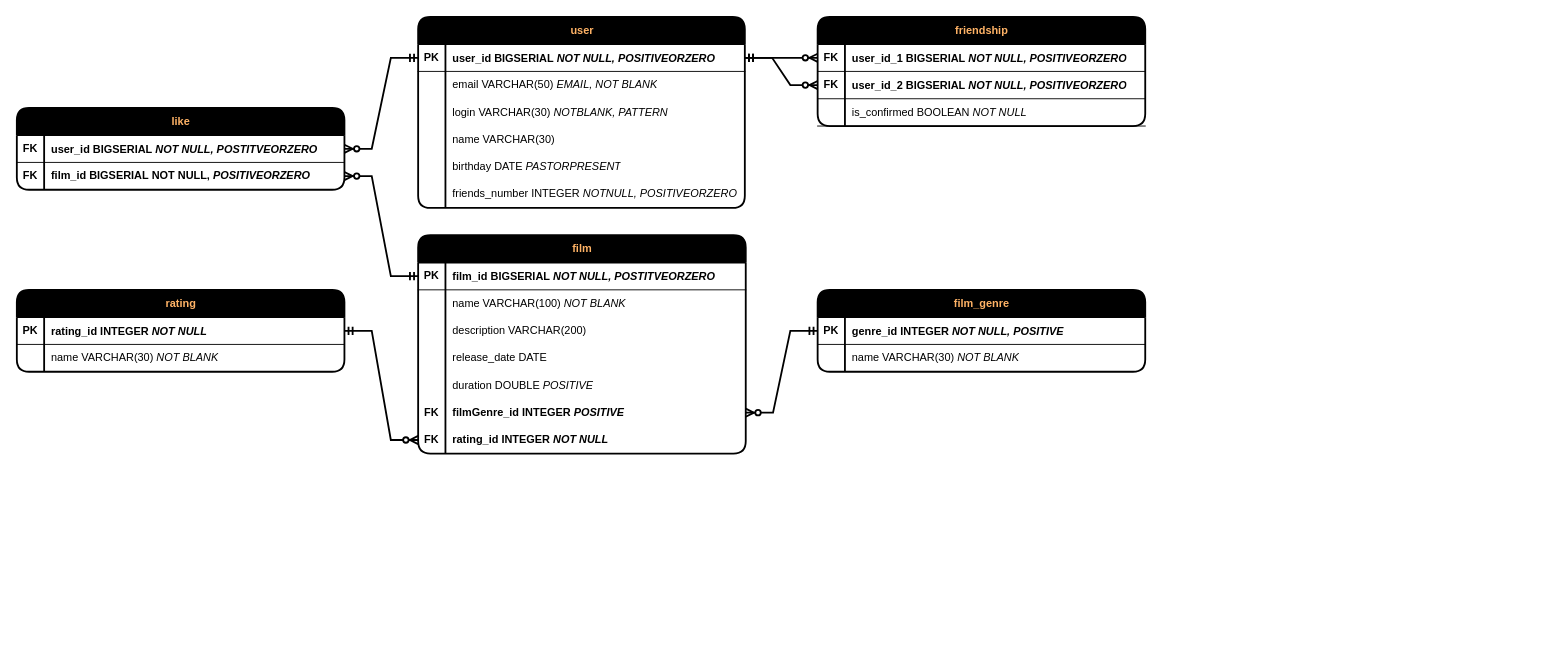
Before: Filmorate Database scheme.drawio in MironovNikita/java-filmorate, a draw.io diagram. Source tidied: cells renumbered, new cells numbered last; positions are measured from the earlier drawing's top-left corner, leaving out a move shared by most shapes. Both pictures are drawn from the tidied source at 91%, with x=0, y=0 at pixel (16, 16).
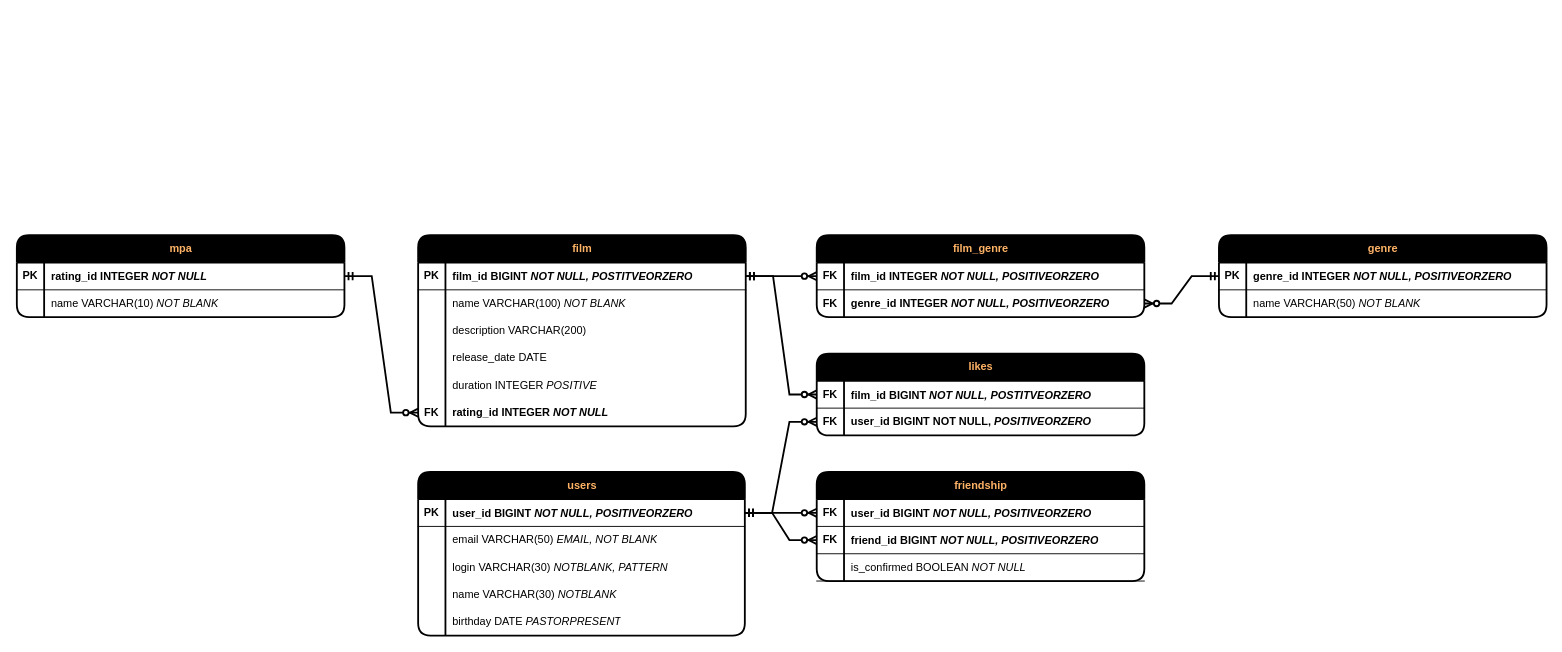
After the change.

Unchanged cells that the change refers to:
```xml
<mxCell id="3" style="shape=tableRow;horizontal=0;startSize=0;swimlaneHead=0;swimlaneBody=0;fillColor=none;points=[[0,0.5],[1,0.5]];portConstraint=eastwest;top=0;left=0;right=0;bottom=1;" parent="2" vertex="1">
  <mxGeometry y="30" width="360" height="30" as="geometry" />
</mxCell>
<mxCell id="15" style="shape=tableRow;horizontal=0;startSize=0;swimlaneHead=0;swimlaneBody=0;fillColor=none;top=0;left=0;right=0;bottom=0;" parent="2" vertex="1">
  <mxGeometry y="150" width="360" height="30" as="geometry" />
</mxCell>
<mxCell id="25" style="shape=tableRow;horizontal=0;startSize=0;swimlaneHead=0;swimlaneBody=0;fillColor=none;points=[[0,0.5],[1,0.5]];portConstraint=eastwest;top=0;left=0;right=0;bottom=1;" parent="24" vertex="1">
  <mxGeometry y="30" width="359" height="30" as="geometry" />
</mxCell>
<mxCell id="34" style="shape=tableRow;horizontal=0;startSize=0;swimlaneHead=0;swimlaneBody=0;fillColor=none;top=0;left=0;right=0;bottom=0;" parent="24" vertex="1">
  <mxGeometry y="120" width="359" height="30" as="geometry" />
</mxCell>
<mxCell id="44" style="shape=tableRow;horizontal=0;startSize=0;swimlaneHead=0;swimlaneBody=0;fillColor=none;points=[[0,0.5],[1,0.5]];portConstraint=eastwest;top=0;left=0;right=0;bottom=1;" parent="43" vertex="1">
  <mxGeometry y="30" width="360" height="30" as="geometry" />
</mxCell>
<mxCell id="47" style="shape=tableRow;horizontal=0;startSize=0;swimlaneHead=0;swimlaneBody=0;fillColor=none;points=[[0,0.5],[1,0.5]];portConstraint=eastwest;top=0;left=0;right=0;bottom=1;" parent="43" vertex="1">
  <mxGeometry y="60" width="360" height="30" as="geometry" />
</mxCell>
<mxCell id="59" style="shape=tableRow;horizontal=0;startSize=0;swimlaneHead=0;swimlaneBody=0;fillColor=none;top=0;left=0;right=0;bottom=0;" parent="55" vertex="1">
  <mxGeometry y="60" width="360" height="30" as="geometry" />
</mxCell>
<mxCell id="64" style="shape=tableRow;horizontal=0;startSize=0;swimlaneHead=0;swimlaneBody=0;fillColor=none;points=[[0,0.5],[1,0.5]];portConstraint=eastwest;top=0;left=0;right=0;bottom=1;" parent="63" vertex="1">
  <mxGeometry y="30" width="360" height="30" as="geometry" />
</mxCell>
<mxCell id="67" style="shape=tableRow;horizontal=0;startSize=0;swimlaneHead=0;swimlaneBody=0;fillColor=none;points=[[0,0.5],[1,0.5]];portConstraint=eastwest;top=0;left=0;right=0;bottom=0;" parent="63" vertex="1">
  <mxGeometry y="60" width="360" height="30" as="geometry" />
</mxCell>
<mxCell id="73" style="shape=tableRow;horizontal=0;startSize=0;swimlaneHead=0;swimlaneBody=0;fillColor=none;points=[[0,0.5],[1,0.5]];portConstraint=eastwest;top=0;left=0;right=0;bottom=1;" parent="72" vertex="1">
  <mxGeometry y="30" width="360" height="30" as="geometry" />
</mxCell>
<mxCell id="76" style="shape=tableRow;horizontal=0;startSize=0;swimlaneHead=0;swimlaneBody=0;fillColor=none;top=0;left=0;right=0;bottom=0;" parent="72" vertex="1">
  <mxGeometry y="60" width="360" height="30" as="geometry" />
</mxCell>
```

The edit, as a diff of the source:
```diff
@@
     <mxCell id="2" value="&lt;font color=&quot;#ffb366&quot;&gt;film&lt;/font&gt;" style="shape=table;startSize=30;childLayout=tableLayout;rowLines=0;fontStyle=1;align=center;html=1;fillColor=#000000;rounded=1;shadow=0;swimlaneLine=1;strokeWidth=2;" parent="1" vertex="1">
-      <mxGeometry x="441" y="240" width="360" height="240" as="geometry" />
+      <mxGeometry x="441" y="240" width="360" height="210" as="geometry" />
     </mxCell>
@@
-    <mxCell id="5" value="&lt;p style=&quot;line-height: 0%;&quot;&gt;&lt;span style=&quot;border-color: var(--border-color);&quot;&gt;film_id BIGSERIAL&amp;nbsp;&lt;i&gt;NOT NULL, POSTITVEORZERO&lt;/i&gt;&lt;/span&gt;&lt;/p&gt;" style="shape=partialRectangle;fillColor=none;top=0;left=0;bottom=0;right=0;align=left;spacingLeft=6;fontStyle=1;overflow=hidden;whiteSpace=wrap;html=1;strokeColor=default;labelBackgroundColor=default;" parent="3" vertex="1">
+    <mxCell id="5" value="&lt;p style=&quot;line-height: 0%;&quot;&gt;&lt;span style=&quot;border-color: var(--border-color);&quot;&gt;film_id BIGINT&amp;nbsp;&lt;i&gt;NOT NULL, POSTITVEORZERO&lt;/i&gt;&lt;/span&gt;&lt;/p&gt;" style="shape=partialRectangle;fillColor=none;top=0;left=0;bottom=0;right=0;align=left;spacingLeft=6;fontStyle=1;overflow=hidden;whiteSpace=wrap;html=1;strokeColor=default;labelBackgroundColor=default;" parent="3" vertex="1">
       <mxGeometry x="30" width="330" height="30" as="geometry" />
     </mxCell>
@@
-    <mxCell id="17" value="duration DOUBLE &lt;i&gt;POSITIVE&lt;/i&gt;" style="shape=partialRectangle;fillColor=none;top=0;left=0;bottom=0;right=0;align=left;spacingLeft=6;overflow=hidden;whiteSpace=wrap;html=1;" parent="15" vertex="1">
+    <mxCell id="17" value="duration INTEGER&amp;nbsp;&lt;i&gt;POSITIVE&lt;/i&gt;" style="shape=partialRectangle;fillColor=none;top=0;left=0;bottom=0;right=0;align=left;spacingLeft=6;overflow=hidden;whiteSpace=wrap;html=1;" parent="15" vertex="1">
       <mxGeometry x="30" width="330" height="30" as="geometry" />
     </mxCell>
-    <mxCell id="18" style="shape=tableRow;horizontal=0;startSize=0;swimlaneHead=0;swimlaneBody=0;fillColor=none;points=[[0,0.5],[1,0.5]];portConstraint=eastwest;top=0;left=0;right=0;bottom=0;" parent="2" vertex="1">
-      <mxGeometry y="180" width="360" height="30" as="geometry" />
-    </mxCell>
-    <mxCell id="19" value="&lt;b&gt;FK&lt;/b&gt;" style="shape=partialRectangle;fillColor=none;top=0;left=0;bottom=0;right=0;overflow=hidden;whiteSpace=wrap;html=1;" parent="18" vertex="1">
-      <mxGeometry width="30" height="30" as="geometry" />
-    </mxCell>
-    <mxCell id="20" value="&lt;b&gt;filmGenre_id INTEGER&amp;nbsp;&lt;i&gt;POSITIVE&lt;/i&gt;&lt;/b&gt;" style="shape=partialRectangle;fillColor=none;top=0;left=0;bottom=0;right=0;align=left;spacingLeft=6;overflow=hidden;whiteSpace=wrap;html=1;" parent="18" vertex="1">
-      <mxGeometry x="30" width="330" height="30" as="geometry" />
-    </mxCell>
     <mxCell id="21" style="shape=tableRow;horizontal=0;startSize=0;swimlaneHead=0;swimlaneBody=0;fillColor=none;points=[[0,0.5],[1,0.5]];portConstraint=eastwest;top=0;left=0;right=0;bottom=0;" parent="2" vertex="1">
-      <mxGeometry y="210" width="360" height="30" as="geometry" />
+      <mxGeometry y="180" width="360" height="30" as="geometry" />
     </mxCell>
@@
-    <mxCell id="24" value="&lt;font color=&quot;#ffb366&quot;&gt;user&lt;/font&gt;" style="shape=table;startSize=30;childLayout=tableLayout;rowLines=0;fontStyle=1;align=center;html=1;fillColor=#000000;rounded=1;shadow=0;swimlaneLine=1;strokeWidth=2;" parent="1" vertex="1">
-      <mxGeometry x="441" width="359" height="210" as="geometry" />
+    <mxCell id="24" value="&lt;font color=&quot;#ffb366&quot;&gt;users&lt;/font&gt;" style="shape=table;startSize=30;childLayout=tableLayout;rowLines=0;fontStyle=1;align=center;html=1;fillColor=#000000;rounded=1;shadow=0;swimlaneLine=1;strokeWidth=2;" parent="1" vertex="1">
+      <mxGeometry x="441" y="500" width="359" height="180" as="geometry" />
     </mxCell>
@@
-    <mxCell id="27" value="&lt;p style=&quot;line-height: 0%;&quot;&gt;&lt;span style=&quot;border-color: var(--border-color);&quot;&gt;user_id&amp;nbsp;BIGSERIAL&amp;nbsp;&lt;i&gt;NOT NULL, POSITIVEORZERO&lt;/i&gt;&lt;/span&gt;&lt;/p&gt;" style="shape=partialRectangle;fillColor=none;top=0;left=0;bottom=0;right=0;align=left;spacingLeft=6;fontStyle=1;overflow=hidden;whiteSpace=wrap;html=1;strokeColor=default;labelBackgroundColor=default;" parent="25" vertex="1">
+    <mxCell id="27" value="&lt;p style=&quot;line-height: 0%;&quot;&gt;&lt;span style=&quot;border-color: var(--border-color);&quot;&gt;user_id&amp;nbsp;BIGINT&amp;nbsp;&lt;i&gt;NOT NULL, POSITIVEORZERO&lt;/i&gt;&lt;/span&gt;&lt;/p&gt;" style="shape=partialRectangle;fillColor=none;top=0;left=0;bottom=0;right=0;align=left;spacingLeft=6;fontStyle=1;overflow=hidden;whiteSpace=wrap;html=1;strokeColor=default;labelBackgroundColor=default;" parent="25" vertex="1">
       <mxGeometry x="30" width="329" height="30" as="geometry" />
     </mxCell>
@@
-    <mxCell id="36" value="name VARCHAR(30)" style="shape=partialRectangle;fillColor=none;top=0;left=0;bottom=0;right=0;align=left;spacingLeft=6;overflow=hidden;whiteSpace=wrap;html=1;" parent="34" vertex="1">
+    <mxCell id="36" value="name VARCHAR(30) &lt;i&gt;NOTBLANK&lt;/i&gt;" style="shape=partialRectangle;fillColor=none;top=0;left=0;bottom=0;right=0;align=left;spacingLeft=6;overflow=hidden;whiteSpace=wrap;html=1;" parent="34" vertex="1">
       <mxGeometry x="30" width="329" height="30" as="geometry" />
     </mxCell>
@@
-    <mxCell id="40" style="shape=tableRow;horizontal=0;startSize=0;swimlaneHead=0;swimlaneBody=0;fillColor=none;top=0;left=0;right=0;bottom=0;" parent="24" vertex="1">
-      <mxGeometry y="180" width="359" height="30" as="geometry" />
-    </mxCell>
-    <mxCell id="41" style="shape=partialRectangle;fillColor=none;top=0;left=0;bottom=0;right=0;overflow=hidden;whiteSpace=wrap;html=1;" parent="40" vertex="1">
-      <mxGeometry width="30" height="30" as="geometry" />
-    </mxCell>
-    <mxCell id="42" value="friends_number INTEGER &lt;i&gt;NOTNULL, POSITIVEORZERO&lt;/i&gt;" style="shape=partialRectangle;fillColor=none;top=0;left=0;bottom=0;right=0;align=left;spacingLeft=6;overflow=hidden;whiteSpace=wrap;html=1;" parent="40" vertex="1">
-      <mxGeometry x="30" width="329" height="30" as="geometry" />
-    </mxCell>
     <mxCell id="43" value="&lt;font color=&quot;#ffb366&quot;&gt;friendship&lt;/font&gt;" style="shape=table;startSize=30;childLayout=tableLayout;rowLines=0;fontStyle=1;align=center;html=1;fillColor=#000000;rounded=1;shadow=0;swimlaneLine=1;strokeWidth=2;flipH=0;flipV=0;" parent="1" vertex="1">
-      <mxGeometry x="880" width="360" height="120" as="geometry" />
+      <mxGeometry x="879" y="500" width="360" height="120" as="geometry" />
     </mxCell>
@@
-    <mxCell id="46" value="&lt;p style=&quot;line-height: 0%;&quot;&gt;&lt;span style=&quot;border-color: var(--border-color);&quot;&gt;user_id_1&amp;nbsp;BIGSERIAL&amp;nbsp;&lt;i&gt;NOT NULL, POSITIVEORZERO&lt;/i&gt;&lt;/span&gt;&lt;/p&gt;" style="shape=partialRectangle;fillColor=none;top=0;left=0;bottom=0;right=0;align=left;spacingLeft=6;fontStyle=1;overflow=hidden;whiteSpace=wrap;html=1;strokeColor=default;labelBackgroundColor=default;" parent="44" vertex="1">
+    <mxCell id="46" value="&lt;p style=&quot;line-height: 0%;&quot;&gt;&lt;span style=&quot;border-color: var(--border-color);&quot;&gt;user_id BIGINT&amp;nbsp;&lt;i&gt;NOT NULL, POSITIVEORZERO&lt;/i&gt;&lt;/span&gt;&lt;/p&gt;" style="shape=partialRectangle;fillColor=none;top=0;left=0;bottom=0;right=0;align=left;spacingLeft=6;fontStyle=1;overflow=hidden;whiteSpace=wrap;html=1;strokeColor=default;labelBackgroundColor=default;" parent="44" vertex="1">
       <mxGeometry x="30" width="330" height="30" as="geometry" />
     </mxCell>
@@
-    <mxCell id="49" value="&lt;p style=&quot;line-height: 0%;&quot;&gt;&lt;span style=&quot;border-color: var(--border-color);&quot;&gt;user_id_2&amp;nbsp;BIGSERIAL&amp;nbsp;&lt;i&gt;NOT NULL, POSITIVEORZERO&lt;/i&gt;&lt;/span&gt;&lt;/p&gt;" style="shape=partialRectangle;fillColor=none;top=0;left=0;bottom=0;right=0;align=left;spacingLeft=6;fontStyle=1;overflow=hidden;whiteSpace=wrap;html=1;strokeColor=default;labelBackgroundColor=default;" parent="47" vertex="1">
+    <mxCell id="49" value="&lt;p style=&quot;line-height: 0%;&quot;&gt;&lt;span style=&quot;border-color: var(--border-color);&quot;&gt;friend_id BIGINT&amp;nbsp;&lt;i&gt;NOT NULL, POSITIVEORZERO&lt;/i&gt;&lt;/span&gt;&lt;/p&gt;" style="shape=partialRectangle;fillColor=none;top=0;left=0;bottom=0;right=0;align=left;spacingLeft=6;fontStyle=1;overflow=hidden;whiteSpace=wrap;html=1;strokeColor=default;labelBackgroundColor=default;" parent="47" vertex="1">
       <mxGeometry x="30" width="330" height="30" as="geometry" />
     </mxCell>
@@
-    <mxCell id="55" value="&lt;font color=&quot;#ffb366&quot;&gt;rating&lt;/font&gt;" style="shape=table;startSize=30;childLayout=tableLayout;rowLines=0;fontStyle=1;align=center;html=1;fillColor=#000000;rounded=1;shadow=0;swimlaneLine=1;strokeWidth=2;" parent="1" vertex="1">
-      <mxGeometry y="300" width="360" height="90" as="geometry" />
+    <mxCell id="55" value="&lt;font color=&quot;#ffb366&quot;&gt;mpa&lt;/font&gt;" style="shape=table;startSize=30;childLayout=tableLayout;rowLines=0;fontStyle=1;align=center;html=1;fillColor=#000000;rounded=1;shadow=0;swimlaneLine=1;strokeWidth=2;" parent="1" vertex="1">
+      <mxGeometry y="240" width="360" height="90" as="geometry" />
     </mxCell>
@@
-    <mxCell id="61" value="name VARCHAR(30) &lt;i&gt;NOT BLANK&lt;/i&gt;" style="shape=partialRectangle;fillColor=none;top=0;left=0;bottom=0;right=0;align=left;spacingLeft=6;overflow=hidden;whiteSpace=wrap;html=1;" parent="59" vertex="1">
+    <mxCell id="61" value="name VARCHAR(10) &lt;i&gt;NOT BLANK&lt;/i&gt;" style="shape=partialRectangle;fillColor=none;top=0;left=0;bottom=0;right=0;align=left;spacingLeft=6;overflow=hidden;whiteSpace=wrap;html=1;" parent="59" vertex="1">
       <mxGeometry x="30" width="330" height="30" as="geometry" />
     </mxCell>
@@
-    <mxCell id="63" value="&lt;font color=&quot;#ffb366&quot;&gt;like&lt;/font&gt;" style="shape=table;startSize=30;childLayout=tableLayout;rowLines=0;fontStyle=1;align=center;html=1;fillColor=#000000;rounded=1;shadow=0;swimlaneLine=1;strokeWidth=2;" parent="1" vertex="1">
-      <mxGeometry y="100" width="360" height="90" as="geometry" />
+    <mxCell id="63" value="&lt;font color=&quot;#ffb366&quot;&gt;likes&lt;/font&gt;" style="shape=table;startSize=30;childLayout=tableLayout;rowLines=0;fontStyle=1;align=center;html=1;fillColor=#000000;rounded=1;shadow=0;swimlaneLine=1;strokeWidth=2;" parent="1" vertex="1">
+      <mxGeometry x="879" y="370" width="360" height="90" as="geometry" />
     </mxCell>
@@
-    <mxCell id="66" value="&lt;p style=&quot;line-height: 0%;&quot;&gt;user_id&amp;nbsp;BIGSERIAL&amp;nbsp;&lt;i style=&quot;border-color: var(--border-color);&quot;&gt;NOT NULL, POSTITVEORZERO&lt;/i&gt;&lt;br&gt;&lt;/p&gt;" style="shape=partialRectangle;fillColor=none;top=0;left=0;bottom=0;right=0;align=left;spacingLeft=6;fontStyle=1;overflow=hidden;whiteSpace=wrap;html=1;strokeColor=default;labelBackgroundColor=default;" parent="64" vertex="1">
+    <mxCell id="66" value="&lt;p style=&quot;line-height: 0%;&quot;&gt;film_id&amp;nbsp;BIGINT&amp;nbsp;&lt;i style=&quot;border-color: var(--border-color);&quot;&gt;NOT NULL, POSTITVEORZERO&lt;/i&gt;&lt;br&gt;&lt;/p&gt;" style="shape=partialRectangle;fillColor=none;top=0;left=0;bottom=0;right=0;align=left;spacingLeft=6;fontStyle=1;overflow=hidden;whiteSpace=wrap;html=1;strokeColor=default;labelBackgroundColor=default;" parent="64" vertex="1">
       <mxGeometry x="30" width="330" height="30" as="geometry" />
     </mxCell>
@@
-    <mxCell id="69" value="&lt;b&gt;film_id&amp;nbsp;BIGSERIAL&amp;nbsp;NOT NULL, &lt;i&gt;POSITIVEORZERO&lt;/i&gt;&lt;/b&gt;" style="shape=partialRectangle;fillColor=none;top=0;left=0;bottom=0;right=0;align=left;spacingLeft=6;overflow=hidden;whiteSpace=wrap;html=1;" parent="67" vertex="1">
+    <mxCell id="69" value="&lt;b&gt;user_id&amp;nbsp;BIGINT NOT NULL, &lt;i&gt;POSITIVEORZERO&lt;/i&gt;&lt;/b&gt;" style="shape=partialRectangle;fillColor=none;top=0;left=0;bottom=0;right=0;align=left;spacingLeft=6;overflow=hidden;whiteSpace=wrap;html=1;" parent="67" vertex="1">
       <mxGeometry x="30" width="330" height="30" as="geometry" />
     </mxCell>
-    <mxCell id="70" style="edgeStyle=entityRelationEdgeStyle;fontSize=12;html=1;endArrow=ERzeroToMany;startArrow=ERmandOne;rounded=0;fontFamily=Helvetica;fontColor=default;entryX=1;entryY=0.5;entryDx=0;entryDy=0;exitX=0;exitY=0.5;exitDx=0;exitDy=0;shadow=0;jumpStyle=none;strokeWidth=2;" parent="1" edge="1" source="25" target="64">
+    <mxCell id="70" style="edgeStyle=entityRelationEdgeStyle;fontSize=12;html=1;endArrow=ERzeroToMany;startArrow=ERmandOne;rounded=0;fontFamily=Helvetica;fontColor=default;entryX=0;entryY=0.5;entryDx=0;entryDy=0;exitX=1;exitY=0.5;exitDx=0;exitDy=0;shadow=0;jumpStyle=none;strokeWidth=2;" parent="1" edge="1" source="25" target="67">
       <mxGeometry relative="1" as="geometry" />
     </mxCell>
-    <mxCell id="71" style="edgeStyle=entityRelationEdgeStyle;fontSize=12;html=1;endArrow=ERzeroToMany;startArrow=ERmandOne;rounded=0;fontFamily=Helvetica;fontColor=default;exitX=0;exitY=0.5;exitDx=0;exitDy=0;shadow=0;jumpStyle=none;strokeWidth=2;entryX=1;entryY=0.5;entryDx=0;entryDy=0;" parent="1" edge="1" source="3" target="67">
+    <mxCell id="71" style="edgeStyle=entityRelationEdgeStyle;fontSize=12;html=1;endArrow=ERzeroToMany;startArrow=ERmandOne;rounded=0;fontFamily=Helvetica;fontColor=default;exitX=1;exitY=0.5;exitDx=0;exitDy=0;shadow=0;jumpStyle=none;strokeWidth=2;entryX=0;entryY=0.5;entryDx=0;entryDy=0;" parent="1" edge="1" source="3" target="64">
       <mxGeometry relative="1" as="geometry" />
     </mxCell>
-    <mxCell id="72" value="&lt;font color=&quot;#ffb366&quot;&gt;film_genre&lt;/font&gt;" style="shape=table;startSize=30;childLayout=tableLayout;rowLines=0;fontStyle=1;align=center;html=1;fillColor=#000000;rounded=1;shadow=0;swimlaneLine=1;strokeWidth=2;" parent="1" vertex="1">
-      <mxGeometry x="880" y="300" width="360" height="90" as="geometry" />
+    <mxCell id="72" value="&lt;font color=&quot;#ffb366&quot;&gt;genre&lt;/font&gt;" style="shape=table;startSize=30;childLayout=tableLayout;rowLines=0;fontStyle=1;align=center;html=1;fillColor=#000000;rounded=1;shadow=0;swimlaneLine=1;strokeWidth=2;" parent="1" vertex="1">
+      <mxGeometry x="1321" y="240" width="360" height="90" as="geometry" />
     </mxCell>
@@
-    <mxCell id="75" value="&lt;p style=&quot;line-height: 0%;&quot;&gt;genre_id INTEGER &lt;i&gt;NOT NULL, POSITIVE&lt;/i&gt;&lt;/p&gt;" style="shape=partialRectangle;fillColor=none;top=0;left=0;bottom=0;right=0;align=left;spacingLeft=6;fontStyle=1;overflow=hidden;whiteSpace=wrap;html=1;strokeColor=default;labelBackgroundColor=default;" parent="73" vertex="1">
+    <mxCell id="75" value="&lt;p style=&quot;line-height: 0%;&quot;&gt;genre_id INTEGER &lt;i&gt;NOT NULL, POSITIVEORZERO&lt;/i&gt;&lt;/p&gt;" style="shape=partialRectangle;fillColor=none;top=0;left=0;bottom=0;right=0;align=left;spacingLeft=6;fontStyle=1;overflow=hidden;whiteSpace=wrap;html=1;strokeColor=default;labelBackgroundColor=default;" parent="73" vertex="1">
       <mxGeometry x="30" width="330" height="30" as="geometry" />
     </mxCell>
@@
-    <mxCell id="78" value="name VARCHAR(30) &lt;i&gt;NOT BLANK&lt;/i&gt;" style="shape=partialRectangle;fillColor=none;top=0;left=0;bottom=0;right=0;align=left;spacingLeft=6;overflow=hidden;whiteSpace=wrap;html=1;" parent="76" vertex="1">
+    <mxCell id="78" value="name VARCHAR(50) &lt;i&gt;NOT BLANK&lt;/i&gt;" style="shape=partialRectangle;fillColor=none;top=0;left=0;bottom=0;right=0;align=left;spacingLeft=6;overflow=hidden;whiteSpace=wrap;html=1;" parent="76" vertex="1">
       <mxGeometry x="30" width="330" height="30" as="geometry" />
     </mxCell>
-    <mxCell id="79" style="edgeStyle=entityRelationEdgeStyle;fontSize=12;html=1;endArrow=ERzeroToMany;startArrow=ERmandOne;rounded=0;fontFamily=Helvetica;fontColor=default;entryX=1;entryY=0.5;entryDx=0;entryDy=0;exitX=0;exitY=0.5;exitDx=0;exitDy=0;shadow=0;jumpStyle=none;strokeWidth=2;" parent="1" edge="1" source="73" target="18">
+    <mxCell id="79" style="edgeStyle=entityRelationEdgeStyle;fontSize=12;html=1;endArrow=ERzeroToMany;startArrow=ERmandOne;rounded=0;fontFamily=Helvetica;fontColor=default;exitX=0;exitY=0.5;exitDx=0;exitDy=0;shadow=0;jumpStyle=none;strokeWidth=2;entryX=1;entryY=0.5;entryDx=0;entryDy=0;" parent="1" edge="1" source="73" target="84">
       <mxGeometry relative="1" as="geometry" />
     </mxCell>
+    <mxCell id="80" value="&lt;font color=&quot;#ffb366&quot;&gt;film_genre&lt;/font&gt;" style="shape=table;startSize=30;childLayout=tableLayout;rowLines=0;fontStyle=1;align=center;html=1;fillColor=#000000;rounded=1;shadow=0;swimlaneLine=1;strokeWidth=2;" parent="1" vertex="1">
+      <mxGeometry x="879" y="240" width="360" height="90" as="geometry" />
+    </mxCell>
+    <mxCell id="81" style="shape=tableRow;horizontal=0;startSize=0;swimlaneHead=0;swimlaneBody=0;fillColor=none;top=0;left=0;right=0;bottom=1;" parent="80" vertex="1">
+      <mxGeometry y="30" width="360" height="30" as="geometry" />
+    </mxCell>
+    <mxCell id="82" value="FK" style="shape=partialRectangle;fillColor=none;top=0;left=0;bottom=0;right=0;fontStyle=1;overflow=hidden;whiteSpace=wrap;html=1;" parent="81" vertex="1">
+      <mxGeometry width="30" height="30" as="geometry" />
+    </mxCell>
+    <mxCell id="83" value="&lt;p style=&quot;line-height: 0%;&quot;&gt;film_id INTEGER &lt;i&gt;NOT NULL, POSITIVEORZERO&lt;/i&gt;&lt;/p&gt;" style="shape=partialRectangle;fillColor=none;top=0;left=0;bottom=0;right=0;align=left;spacingLeft=6;fontStyle=1;overflow=hidden;whiteSpace=wrap;html=1;strokeColor=default;labelBackgroundColor=default;" parent="81" vertex="1">
+      <mxGeometry x="30" width="330" height="30" as="geometry" />
+    </mxCell>
+    <mxCell id="84" style="shape=tableRow;horizontal=0;startSize=0;swimlaneHead=0;swimlaneBody=0;fillColor=none;points=[[0,0.5],[1,0.5]];portConstraint=eastwest;top=0;left=0;right=0;bottom=0;" parent="80" vertex="1">
+      <mxGeometry y="60" width="360" height="30" as="geometry" />
+    </mxCell>
+    <mxCell id="19" value="&lt;b&gt;FK&lt;/b&gt;" style="shape=partialRectangle;fillColor=none;top=0;left=0;bottom=0;right=0;overflow=hidden;whiteSpace=wrap;html=1;" parent="84" vertex="1">
+      <mxGeometry width="30" height="30" as="geometry" />
+    </mxCell>
+    <mxCell id="85" value="&lt;b&gt;genre_id INTEGER &lt;i&gt;NOT NULL, POSITIVEORZERO&lt;/i&gt;&lt;/b&gt;" style="shape=partialRectangle;fillColor=none;top=0;left=0;bottom=0;right=0;align=left;spacingLeft=6;overflow=hidden;whiteSpace=wrap;html=1;" parent="84" vertex="1">
+      <mxGeometry x="30" width="330" height="30" as="geometry" />
+    </mxCell>
+    <mxCell id="86" style="edgeStyle=entityRelationEdgeStyle;fontSize=12;html=1;endArrow=ERzeroToMany;startArrow=ERmandOne;rounded=0;fontFamily=Helvetica;fontColor=default;exitX=1;exitY=0.5;exitDx=0;exitDy=0;shadow=0;jumpStyle=none;strokeWidth=2;entryX=0;entryY=0.5;entryDx=0;entryDy=0;" parent="1" edge="1" source="3" target="80">
+      <mxGeometry relative="1" as="geometry" />
+    </mxCell>
```
